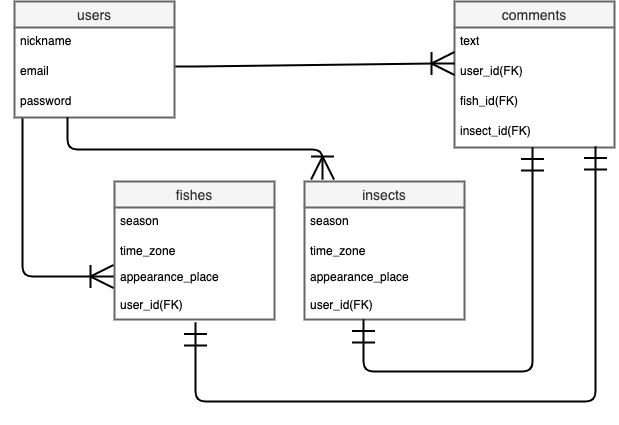
Before: enjoy_summer.drawio.png, a diagram exported from draw.io (saya1216/enjoy-summer). Source tidied: cells renumbered, new cells last; positions are measured from the earlier drawing's top-left corner, leaving out a move shared by most shapes.
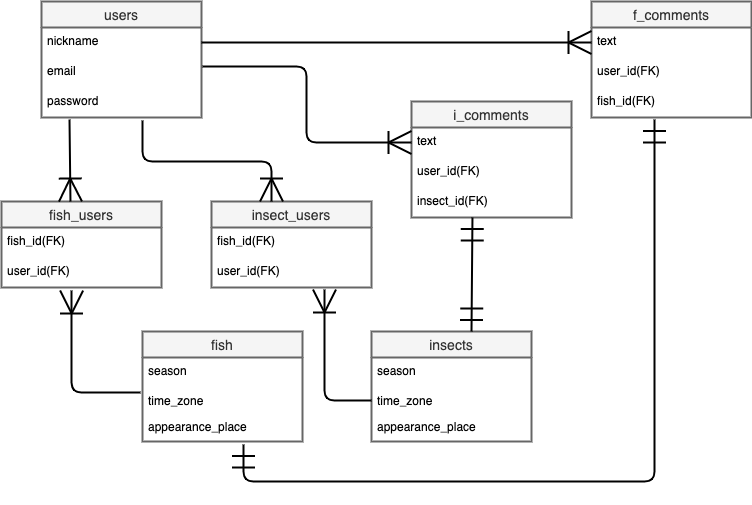
The same diagram one commit later.

Commit message:
テーブルへ画像カラムを追加。ER図、DB設計の修正

Change to the diagram source:
```diff
@@ -3,7 +3,7 @@
     <mxCell id="0" />
     <mxCell id="1" parent="0" />
     <mxCell id="2" value="users" style="swimlane;fontStyle=0;horizontal=1;startSize=26;align=center;fontSize=14;fillColor=#f5f5f5;strokeColor=#666666;fontColor=#333333;strokeWidth=2;" parent="1" vertex="1">
-      <mxGeometry width="160" height="116" as="geometry" />
+      <mxGeometry y="-20" width="160" height="116" as="geometry" />
     </mxCell>
     <mxCell id="3" value="nickname" style="text;strokeColor=none;fillColor=none;spacingLeft=4;spacingRight=4;overflow=hidden;points=[[0,0.5],[1,0.5]];portConstraint=eastwest;fontSize=12;fontColor=#000000;" parent="2" vertex="1">
       <mxGeometry y="26" width="160" height="30" as="geometry" />
@@ -14,8 +14,8 @@
     <mxCell id="5" value="password" style="text;strokeColor=none;fillColor=none;spacingLeft=4;spacingRight=4;overflow=hidden;points=[[0,0.5],[1,0.5]];portConstraint=eastwest;fontSize=12;fontColor=#000000;" parent="2" vertex="1">
       <mxGeometry y="86" width="160" height="30" as="geometry" />
     </mxCell>
-    <mxCell id="6" value="comments" style="swimlane;fontStyle=0;horizontal=1;startSize=26;align=center;fontSize=14;fontColor=#333333;labelBackgroundColor=none;strokeColor=#666666;fillColor=#f5f5f5;strokeWidth=2;" parent="1" vertex="1">
-      <mxGeometry x="440" width="160" height="146" as="geometry" />
+    <mxCell id="6" value="i_comments" style="swimlane;fontStyle=0;horizontal=1;startSize=26;align=center;fontSize=14;fontColor=#333333;labelBackgroundColor=none;strokeColor=#666666;fillColor=#f5f5f5;strokeWidth=2;" parent="1" vertex="1">
+      <mxGeometry x="370" y="80" width="160" height="116" as="geometry" />
     </mxCell>
     <mxCell id="7" value="text" style="text;strokeColor=none;fillColor=none;spacingLeft=4;spacingRight=4;overflow=hidden;points=[[0,0.5],[1,0.5]];portConstraint=eastwest;fontSize=12;fontColor=#000000;" parent="6" vertex="1">
       <mxGeometry y="26" width="160" height="30" as="geometry" />
@@ -23,14 +23,11 @@
     <mxCell id="8" value="user_id(FK)" style="text;strokeColor=none;spacingLeft=4;spacingRight=4;overflow=hidden;points=[[0,0.5],[1,0.5]];portConstraint=eastwest;fontSize=12;fontColor=#000000;" parent="6" vertex="1">
       <mxGeometry y="56" width="160" height="30" as="geometry" />
     </mxCell>
-    <mxCell id="9" value="fish_id(FK)" style="text;strokeColor=none;spacingLeft=4;spacingRight=4;overflow=hidden;points=[[0,0.5],[1,0.5]];portConstraint=eastwest;fontSize=12;fontColor=#000000;" parent="6" vertex="1">
-      <mxGeometry y="86" width="160" height="30" as="geometry" />
-    </mxCell>
     <mxCell id="10" value="insect_id(FK)" style="text;strokeColor=none;spacingLeft=4;spacingRight=4;overflow=hidden;points=[[0,0.5],[1,0.5]];portConstraint=eastwest;fontSize=12;fontColor=#000000;" parent="6" vertex="1">
-      <mxGeometry y="116" width="160" height="30" as="geometry" />
+      <mxGeometry y="86" width="160" height="30" as="geometry" />
     </mxCell>
-    <mxCell id="11" value="fishes" style="swimlane;fontStyle=0;horizontal=1;startSize=26;align=center;fontSize=14;fillColor=#f5f5f5;strokeColor=#666666;fontColor=#333333;strokeWidth=2;" parent="1" vertex="1">
-      <mxGeometry x="100" y="180" width="160" height="138" as="geometry" />
+    <mxCell id="11" value="fish" style="swimlane;fontStyle=0;horizontal=1;startSize=26;align=center;fontSize=14;fillColor=#f5f5f5;strokeColor=#666666;fontColor=#333333;strokeWidth=2;" parent="1" vertex="1">
+      <mxGeometry x="101" y="310" width="160" height="110" as="geometry" />
     </mxCell>
     <mxCell id="12" value="season" style="text;strokeColor=none;fillColor=none;spacingLeft=4;spacingRight=4;overflow=hidden;fontSize=12;fontColor=#000000;" parent="11" vertex="1">
       <mxGeometry y="26" width="160" height="30" as="geometry" />
@@ -41,11 +38,8 @@
     <mxCell id="14" value="appearance_place&#10;&#10;" style="text;strokeColor=none;fillColor=none;spacingLeft=4;spacingRight=4;overflow=hidden;points=[[0,0.5],[1,0.5]];portConstraint=eastwest;fontSize=12;fontColor=#000000;" parent="11" vertex="1">
       <mxGeometry y="82" width="160" height="28" as="geometry" />
     </mxCell>
-    <mxCell id="15" value="user_id(FK)" style="text;strokeColor=none;fillColor=none;spacingLeft=4;spacingRight=4;overflow=hidden;points=[[0,0.5],[1,0.5]];portConstraint=eastwest;fontSize=12;fontColor=#000000;" parent="11" vertex="1">
-      <mxGeometry y="110" width="160" height="28" as="geometry" />
-    </mxCell>
     <mxCell id="16" value="insects" style="swimlane;fontStyle=0;horizontal=1;startSize=26;align=center;fontSize=14;fillColor=#f5f5f5;strokeColor=#666666;fontColor=#333333;strokeWidth=2;" parent="1" vertex="1">
-      <mxGeometry x="290" y="180" width="160" height="138" as="geometry" />
+      <mxGeometry x="330" y="310" width="160" height="110" as="geometry" />
     </mxCell>
     <mxCell id="17" value="season" style="text;strokeColor=none;fillColor=none;spacingLeft=4;spacingRight=4;overflow=hidden;fontSize=12;fontColor=#000000;" parent="16" vertex="1">
       <mxGeometry y="26" width="160" height="30" as="geometry" />
@@ -56,31 +50,72 @@
     <mxCell id="19" value="appearance_place&#10;&#10;" style="text;strokeColor=none;fillColor=none;spacingLeft=4;spacingRight=4;overflow=hidden;fontSize=12;fontColor=#000000;" parent="16" vertex="1">
       <mxGeometry y="82" width="160" height="28" as="geometry" />
     </mxCell>
-    <mxCell id="20" value="user_id(FK)" style="text;strokeColor=none;fillColor=none;spacingLeft=4;spacingRight=4;overflow=hidden;points=[[0,0.5],[1,0.5]];portConstraint=eastwest;fontSize=12;fontColor=#000000;" parent="16" vertex="1">
-      <mxGeometry y="110" width="160" height="28" as="geometry" />
-    </mxCell>
-    <mxCell id="21" style="edgeStyle=entityRelationEdgeStyle;fontSize=12;html=1;endArrow=ERoneToMany;fontColor=#000000;exitX=1.006;exitY=0.3;exitDx=0;exitDy=0;exitPerimeter=0;entryX=0;entryY=0.2;entryDx=0;entryDy=0;entryPerimeter=0;strokeColor=#000000;strokeWidth=2;endSize=20;startSize=20;" parent="1" edge="1" source="4" target="8">
+    <mxCell id="21" style="edgeStyle=elbowEdgeStyle;fontSize=12;html=1;endArrow=ERoneToMany;fontColor=#000000;exitX=1.006;exitY=0.3;exitDx=0;exitDy=0;exitPerimeter=0;strokeColor=#000000;strokeWidth=2;endSize=20;startSize=20;entryX=0;entryY=0.5;entryDx=0;entryDy=0;" parent="1" edge="1" source="4" target="7">
       <mxGeometry relative="1" as="geometry" />
     </mxCell>
-    <mxCell id="22" style="edgeStyle=orthogonalEdgeStyle;fontSize=12;html=1;endArrow=ERoneToMany;fontColor=#000000;strokeColor=#000000;strokeWidth=2;entryX=-0.006;entryY=0.464;entryDx=0;entryDy=0;entryPerimeter=0;exitX=0.05;exitY=1.033;exitDx=0;exitDy=0;exitPerimeter=0;endSize=20;startSize=20;" parent="1" edge="1" source="5" target="14">
-      <mxGeometry relative="1" as="geometry" />
-    </mxCell>
-    <mxCell id="23" style="edgeStyle=orthogonalEdgeStyle;fontSize=12;html=1;endArrow=ERoneToMany;fontColor=#000000;startSize=20;endSize=20;strokeColor=#000000;strokeWidth=2;exitX=0.331;exitY=1;exitDx=0;exitDy=0;exitPerimeter=0;entryX=0.113;entryY=-0.014;entryDx=0;entryDy=0;entryPerimeter=0;" parent="1" edge="1" source="5" target="16">
-      <mxGeometry relative="1" as="geometry" />
-    </mxCell>
-    <mxCell id="24" style="edgeStyle=elbowEdgeStyle;fontSize=12;html=1;endArrow=ERmandOne;startArrow=ERmandOne;fontColor=#000000;startSize=20;endSize=20;strokeColor=#000000;strokeWidth=2;exitX=0.506;exitY=1.107;exitDx=0;exitDy=0;exitPerimeter=0;elbow=vertical;entryX=0.881;entryY=0.967;entryDx=0;entryDy=0;entryPerimeter=0;" parent="1" edge="1" source="15" target="10">
-      <mxGeometry relative="1" as="geometry">
-        <Array as="points">
-          <mxPoint x="380" y="400" />
-        </Array>
-      </mxGeometry>
-    </mxCell>
-    <mxCell id="25" style="edgeStyle=elbowEdgeStyle;fontSize=12;html=1;endArrow=ERmandOne;startArrow=ERmandOne;fontColor=#000000;startSize=20;endSize=20;strokeColor=#000000;strokeWidth=2;elbow=vertical;entryX=0.488;entryY=1;entryDx=0;entryDy=0;entryPerimeter=0;exitX=0.369;exitY=1;exitDx=0;exitDy=0;exitPerimeter=0;" parent="1" edge="1" source="20" target="10">
-      <mxGeometry relative="1" as="geometry">
-        <Array as="points">
-          <mxPoint x="440" y="370" />
-        </Array>
-      </mxGeometry>
-    </mxCell>
+    <mxCell id="26" value="fish_users" style="swimlane;fontStyle=0;horizontal=1;startSize=26;align=center;fontSize=14;fillColor=#f5f5f5;strokeColor=#666666;fontColor=#333333;strokeWidth=2;" parent="1" vertex="1">
+      <mxGeometry x="-40" y="180" width="160" height="86" as="geometry" />
+    </mxCell>
+    <mxCell id="27" value="fish_id(FK)" style="text;strokeColor=none;fillColor=none;spacingLeft=4;spacingRight=4;overflow=hidden;fontSize=12;fontColor=#000000;" parent="26" vertex="1">
+      <mxGeometry y="26" width="160" height="30" as="geometry" />
+    </mxCell>
+    <mxCell id="28" value="user_id(FK)" style="text;strokeColor=none;fillColor=none;spacingLeft=4;spacingRight=4;overflow=hidden;points=[[0,0.5],[1,0.5]];portConstraint=eastwest;fontSize=12;fontColor=#000000;" parent="26" vertex="1">
+      <mxGeometry y="56" width="160" height="30" as="geometry" />
+    </mxCell>
+    <mxCell id="29" value="insect_users" style="swimlane;fontStyle=0;horizontal=1;startSize=26;align=center;fontSize=14;fillColor=#f5f5f5;strokeColor=#666666;fontColor=#333333;strokeWidth=2;" parent="1" vertex="1">
+      <mxGeometry x="170" y="180" width="160" height="86" as="geometry" />
+    </mxCell>
+    <mxCell id="30" value="fish_id(FK)" style="text;strokeColor=none;fillColor=none;spacingLeft=4;spacingRight=4;overflow=hidden;fontSize=12;fontColor=#000000;" parent="29" vertex="1">
+      <mxGeometry y="26" width="160" height="30" as="geometry" />
+    </mxCell>
+    <mxCell id="31" value="user_id(FK)" style="text;strokeColor=none;fillColor=none;spacingLeft=4;spacingRight=4;overflow=hidden;points=[[0,0.5],[1,0.5]];portConstraint=eastwest;fontSize=12;fontColor=#000000;" parent="29" vertex="1">
+      <mxGeometry y="56" width="160" height="30" as="geometry" />
+    </mxCell>
+    <mxCell id="32" style="fontSize=12;html=1;endArrow=ERoneToMany;fontColor=#000000;startSize=20;endSize=20;strokeColor=#000000;strokeWidth=2;exitX=0.175;exitY=1.067;exitDx=0;exitDy=0;exitPerimeter=0;entryX=0.431;entryY=0;entryDx=0;entryDy=0;entryPerimeter=0;" parent="1" edge="1" source="5" target="26">
+      <mxGeometry relative="1" as="geometry" />
+    </mxCell>
+    <mxCell id="33" style="fontSize=12;html=1;endArrow=ERoneToMany;fontColor=#000000;startSize=20;endSize=20;strokeColor=#000000;strokeWidth=2;exitX=0.631;exitY=1.1;exitDx=0;exitDy=0;exitPerimeter=0;entryX=0.375;entryY=0;entryDx=0;entryDy=0;entryPerimeter=0;edgeStyle=elbowEdgeStyle;elbow=vertical;" parent="1" edge="1" source="5" target="29">
+      <mxGeometry relative="1" as="geometry" />
+    </mxCell>
+    <mxCell id="34" style="fontSize=12;html=1;endArrow=ERmandOne;startArrow=ERmandOne;fontColor=#000000;startSize=20;endSize=20;strokeColor=#000000;strokeWidth=2;exitX=0.625;exitY=0;exitDx=0;exitDy=0;exitPerimeter=0;entryX=0.381;entryY=1;entryDx=0;entryDy=0;entryPerimeter=0;" parent="1" edge="1" source="16" target="10">
+      <mxGeometry relative="1" as="geometry" />
+    </mxCell>
+    <mxCell id="35" style="edgeStyle=elbowEdgeStyle;fontSize=12;html=1;endArrow=ERmandOne;startArrow=ERmandOne;fontColor=#000000;startSize=20;endSize=20;strokeColor=#000000;strokeWidth=2;exitX=0.631;exitY=1.107;exitDx=0;exitDy=0;exitPerimeter=0;elbow=vertical;entryX=0.394;entryY=1.067;entryDx=0;entryDy=0;entryPerimeter=0;" parent="1" edge="1" source="14" target="9">
+      <mxGeometry relative="1" as="geometry">
+        <Array as="points">
+          <mxPoint x="410" y="460" />
+          <mxPoint x="390" y="460" />
+        </Array>
+      </mxGeometry>
+    </mxCell>
+    <mxCell id="36" style="edgeStyle=elbowEdgeStyle;fontSize=12;html=1;endArrow=ERoneToMany;fontColor=#000000;startSize=20;endSize=20;strokeColor=#000000;strokeWidth=2;entryX=0.438;entryY=1.1;entryDx=0;entryDy=0;entryPerimeter=0;exitX=-0.012;exitY=0.192;exitDx=0;exitDy=0;exitPerimeter=0;elbow=vertical;" parent="1" edge="1" source="13" target="28">
+      <mxGeometry relative="1" as="geometry">
+        <Array as="points">
+          <mxPoint x="70" y="371" />
+        </Array>
+      </mxGeometry>
+    </mxCell>
+    <mxCell id="37" style="edgeStyle=elbowEdgeStyle;fontSize=12;html=1;endArrow=ERoneToMany;fontColor=#000000;startSize=20;endSize=20;strokeColor=#000000;strokeWidth=2;entryX=0.706;entryY=1.067;entryDx=0;entryDy=0;entryPerimeter=0;exitX=0;exitY=0.5;exitDx=0;exitDy=0;" parent="1" edge="1" source="18" target="31">
+      <mxGeometry relative="1" as="geometry">
+        <Array as="points">
+          <mxPoint x="283" y="370" />
+        </Array>
+      </mxGeometry>
+    </mxCell>
+    <mxCell id="38" value="f_comments" style="swimlane;fontStyle=0;horizontal=1;startSize=26;align=center;fontSize=14;fontColor=#333333;labelBackgroundColor=none;strokeColor=#666666;fillColor=#f5f5f5;strokeWidth=2;" parent="1" vertex="1">
+      <mxGeometry x="550" y="-20" width="160" height="116" as="geometry" />
+    </mxCell>
+    <mxCell id="39" value="text" style="text;strokeColor=none;fillColor=none;spacingLeft=4;spacingRight=4;overflow=hidden;points=[[0,0.5],[1,0.5]];portConstraint=eastwest;fontSize=12;fontColor=#000000;" parent="38" vertex="1">
+      <mxGeometry y="26" width="160" height="30" as="geometry" />
+    </mxCell>
+    <mxCell id="40" value="user_id(FK)" style="text;strokeColor=none;spacingLeft=4;spacingRight=4;overflow=hidden;fontSize=12;fontColor=#000000;" parent="38" vertex="1">
+      <mxGeometry y="56" width="160" height="30" as="geometry" />
+    </mxCell>
+    <mxCell id="9" value="fish_id(FK)" style="text;strokeColor=none;spacingLeft=4;spacingRight=4;overflow=hidden;points=[[0,0.5],[1,0.5]];portConstraint=eastwest;fontSize=12;fontColor=#000000;" parent="38" vertex="1">
+      <mxGeometry y="86" width="160" height="30" as="geometry" />
+    </mxCell>
+    <mxCell id="41" style="edgeStyle=entityRelationEdgeStyle;fontSize=12;html=1;endArrow=ERoneToMany;fontColor=#000000;startSize=20;endSize=20;strokeColor=#000000;strokeWidth=2;exitX=1;exitY=0.5;exitDx=0;exitDy=0;entryX=0;entryY=0.5;entryDx=0;entryDy=0;" parent="1" edge="1" source="3" target="39">
+      <mxGeometry relative="1" as="geometry" />
+    </mxCell>
   </root>
 </mxGraphModel>
```
